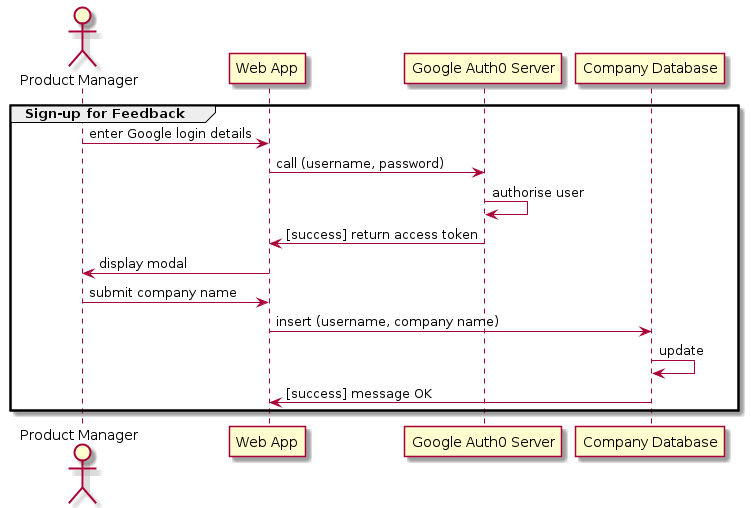
Above: out/examples/sign-up/sign-up.png in jennifer-platt/ECM2429-UML (PlantUML), before the change. Its diagram source:
```plantuml
@startuml sign-up

Actor "Product Manager"

group Sign-up for Feedback
"Product Manager" -> "Web App": enter Google login details
"Web App" -> "Google Auth0 Server": call (username, password)
"Google Auth0 Server" <- "Google Auth0 Server": authorise user
"Web App" <- "Google Auth0 Server": [success] return access token
"Product Manager" <- "Web App": display modal
"Product Manager" -> "Web App": submit company name
"Web App" -> "Company Database": insert (username, company name)
"Company Database" <- "Company Database": update
"Web App" <- "Company Database": [success] message OK
end

@enduml
```
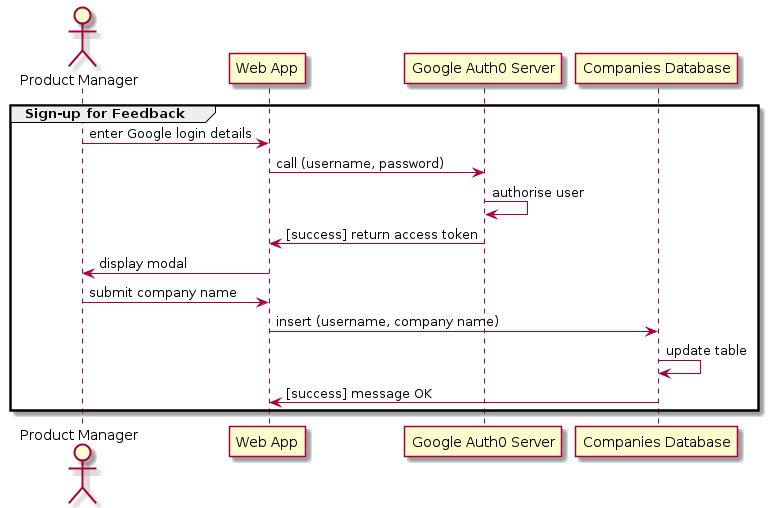
Later version of the same file.

The edit, as a diff of the source:
```diff
@@ -9,9 +9,9 @@
 "Web App" <- "Google Auth0 Server": [success] return access token
 "Product Manager" <- "Web App": display modal
 "Product Manager" -> "Web App": submit company name
-"Web App" -> "Company Database": insert (username, company name)
-"Company Database" <- "Company Database": update
-"Web App" <- "Company Database": [success] message OK
+"Web App" -> "Companies Database": insert (username, company name)
+"Companies Database" <- "Companies Database": update table
+"Web App" <- "Companies Database": [success] message OK
 end
 
 @enduml
```
